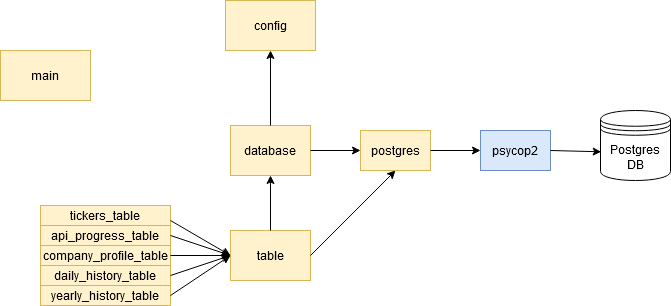
ryukaider/stocks keeps this draw.io diagram as docs/stocks_architecture.png. Above is the earlier version. Source tidied: cells renumbered, new cells last; positions are measured from the earlier drawing's top-left corner, leaving out a move shared by most shapes. The source it was exported from:
```xml
<mxGraphModel>
  <root>
    <mxCell id="0" />
    <mxCell id="1" parent="0" />
    <mxCell id="2" value="psycop2" style="rounded=0;whiteSpace=wrap;html=1;fillColor=#dae8fc;strokeColor=#6c8ebf;" parent="1" vertex="1">
      <mxGeometry x="480" y="130" width="70" height="40" as="geometry" />
    </mxCell>
    <mxCell id="3" value="Postgres DB" style="shape=datastore;whiteSpace=wrap;html=1;" parent="1" vertex="1">
      <mxGeometry x="600" y="110" width="70" height="70" as="geometry" />
    </mxCell>
    <mxCell id="4" style="endArrow=classic;html=1;exitX=1;exitY=0.5;exitDx=0;exitDy=0;entryX=0.01;entryY=0.59;entryDx=0;entryDy=0;entryPerimeter=0;" parent="1" edge="1" source="2" target="3">
      <mxGeometry relative="1" as="geometry" />
    </mxCell>
    <mxCell id="5" value="postgres" style="rounded=0;whiteSpace=wrap;html=1;fillColor=#fff2cc;strokeColor=#d6b656;" parent="1" vertex="1">
      <mxGeometry x="360" y="130" width="70" height="40" as="geometry" />
    </mxCell>
    <mxCell id="6" style="endArrow=classic;html=1;exitX=1;exitY=0.5;exitDx=0;exitDy=0;entryX=0;entryY=0.5;entryDx=0;entryDy=0;" parent="1" edge="1" source="5" target="2">
      <mxGeometry relative="1" as="geometry" />
    </mxCell>
    <mxCell id="7" value="database" style="rounded=0;whiteSpace=wrap;html=1;fillColor=#fff2cc;strokeColor=#d6b656;" parent="1" vertex="1">
      <mxGeometry x="230" y="125" width="80" height="50" as="geometry" />
    </mxCell>
    <mxCell id="8" style="endArrow=classic;html=1;exitX=1;exitY=0.5;exitDx=0;exitDy=0;entryX=0;entryY=0.5;entryDx=0;entryDy=0;" parent="1" edge="1" source="7" target="5">
      <mxGeometry relative="1" as="geometry" />
    </mxCell>
    <mxCell id="9" value="config" style="rounded=0;whiteSpace=wrap;html=1;fillColor=#fff2cc;strokeColor=#d6b656;" parent="1" vertex="1">
      <mxGeometry x="225" width="90" height="50" as="geometry" />
    </mxCell>
    <mxCell id="10" style="endArrow=classic;html=1;exitX=0.5;exitY=0;exitDx=0;exitDy=0;entryX=0.5;entryY=1;entryDx=0;entryDy=0;" parent="1" edge="1" source="7" target="9">
      <mxGeometry relative="1" as="geometry" />
    </mxCell>
    <mxCell id="11" value="table" style="rounded=0;whiteSpace=wrap;html=1;fillColor=#fff2cc;strokeColor=#d6b656;" parent="1" vertex="1">
      <mxGeometry x="230" y="230" width="80" height="50" as="geometry" />
    </mxCell>
    <mxCell id="12" style="endArrow=classic;html=1;exitX=1;exitY=0.5;exitDx=0;exitDy=0;entryX=0.5;entryY=1;entryDx=0;entryDy=0;" parent="1" edge="1" source="11" target="5">
      <mxGeometry relative="1" as="geometry" />
    </mxCell>
    <mxCell id="13" style="endArrow=classic;html=1;exitX=0.5;exitY=0;exitDx=0;exitDy=0;entryX=0.5;entryY=1;entryDx=0;entryDy=0;" parent="1" edge="1" source="11" target="7">
      <mxGeometry relative="1" as="geometry" />
    </mxCell>
    <mxCell id="14" value="tickers_table" style="rounded=0;whiteSpace=wrap;html=1;fillColor=#fff2cc;strokeColor=#d6b656;" parent="1" vertex="1">
      <mxGeometry x="40" y="205" width="130" height="20" as="geometry" />
    </mxCell>
    <mxCell id="15" value="api_progress_table" style="rounded=0;whiteSpace=wrap;html=1;fillColor=#fff2cc;strokeColor=#d6b656;" parent="1" vertex="1">
      <mxGeometry x="40" y="225" width="130" height="20" as="geometry" />
    </mxCell>
    <mxCell id="16" value="daily_history_table" style="rounded=0;whiteSpace=wrap;html=1;fillColor=#fff2cc;strokeColor=#d6b656;" parent="1" vertex="1">
      <mxGeometry x="40" y="265" width="130" height="20" as="geometry" />
    </mxCell>
    <mxCell id="17" value="company_profile_table" style="rounded=0;whiteSpace=wrap;html=1;fillColor=#fff2cc;strokeColor=#d6b656;" parent="1" vertex="1">
      <mxGeometry x="40" y="245" width="130" height="20" as="geometry" />
    </mxCell>
    <mxCell id="18" value="yearly_history_table" style="rounded=0;whiteSpace=wrap;html=1;fillColor=#fff2cc;strokeColor=#d6b656;" parent="1" vertex="1">
      <mxGeometry x="40" y="285" width="130" height="20" as="geometry" />
    </mxCell>
    <mxCell id="19" style="endArrow=classic;html=1;entryX=0;entryY=0.5;entryDx=0;entryDy=0;exitX=1;exitY=0.75;exitDx=0;exitDy=0;" parent="1" edge="1" source="14" target="11">
      <mxGeometry relative="1" as="geometry" />
    </mxCell>
    <mxCell id="20" style="endArrow=classic;html=1;entryX=0;entryY=0.5;entryDx=0;entryDy=0;exitX=1;exitY=0.5;exitDx=0;exitDy=0;" parent="1" edge="1" source="15">
      <mxGeometry relative="1" as="geometry">
        <mxPoint x="230" y="255" as="targetPoint" />
      </mxGeometry>
    </mxCell>
    <mxCell id="21" style="endArrow=classic;html=1;entryX=0;entryY=0.5;entryDx=0;entryDy=0;exitX=1;exitY=0.5;exitDx=0;exitDy=0;" parent="1" edge="1" source="17">
      <mxGeometry relative="1" as="geometry">
        <mxPoint x="230" y="255" as="targetPoint" />
      </mxGeometry>
    </mxCell>
    <mxCell id="22" style="endArrow=classic;html=1;entryX=0;entryY=0.5;entryDx=0;entryDy=0;exitX=1;exitY=0.5;exitDx=0;exitDy=0;" parent="1" edge="1" source="16">
      <mxGeometry relative="1" as="geometry">
        <mxPoint x="230" y="255" as="targetPoint" />
      </mxGeometry>
    </mxCell>
    <mxCell id="23" style="endArrow=classic;html=1;entryX=0;entryY=0.5;entryDx=0;entryDy=0;exitX=1;exitY=0.5;exitDx=0;exitDy=0;" parent="1" edge="1" source="18">
      <mxGeometry relative="1" as="geometry">
        <mxPoint x="230" y="255" as="targetPoint" />
      </mxGeometry>
    </mxCell>
    <mxCell id="24" value="main" style="rounded=0;whiteSpace=wrap;html=1;fillColor=#fff2cc;strokeColor=#d6b656;" parent="1" vertex="1">
      <mxGeometry y="50" width="90" height="50" as="geometry" />
    </mxCell>
  </root>
</mxGraphModel>
```
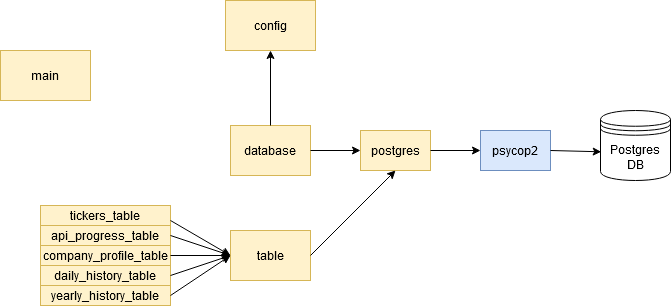
After the change.

What changed in the source:
```diff
@@ -35,9 +35,6 @@
     <mxCell id="12" style="endArrow=classic;html=1;exitX=1;exitY=0.5;exitDx=0;exitDy=0;entryX=0.5;entryY=1;entryDx=0;entryDy=0;" parent="1" edge="1" source="11" target="5">
       <mxGeometry relative="1" as="geometry" />
     </mxCell>
-    <mxCell id="13" style="endArrow=classic;html=1;exitX=0.5;exitY=0;exitDx=0;exitDy=0;entryX=0.5;entryY=1;entryDx=0;entryDy=0;" parent="1" edge="1" source="11" target="7">
-      <mxGeometry relative="1" as="geometry" />
-    </mxCell>
     <mxCell id="14" value="tickers_table" style="rounded=0;whiteSpace=wrap;html=1;fillColor=#fff2cc;strokeColor=#d6b656;" parent="1" vertex="1">
       <mxGeometry x="40" y="205" width="130" height="20" as="geometry" />
     </mxCell>
```
